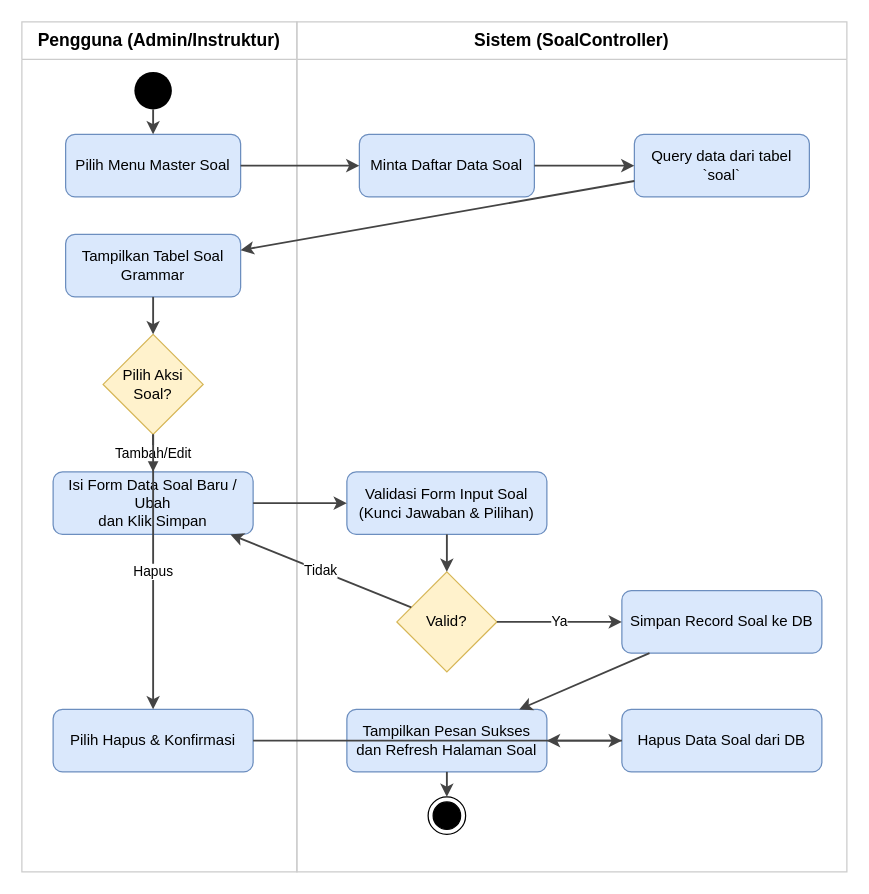
Earlier version of the draw.io diagram page "Soal" (2 of 8) of docs/activity.drawio (fikriks/quiz-shift-web). Source tidied: cells renumbered, new cells numbered last; positions are measured from the earlier drawing's top-left corner, leaving out a move shared by most shapes. Both pictures are drawn from the tidied source at 125%, with x=0, y=0 at pixel (21, 21).
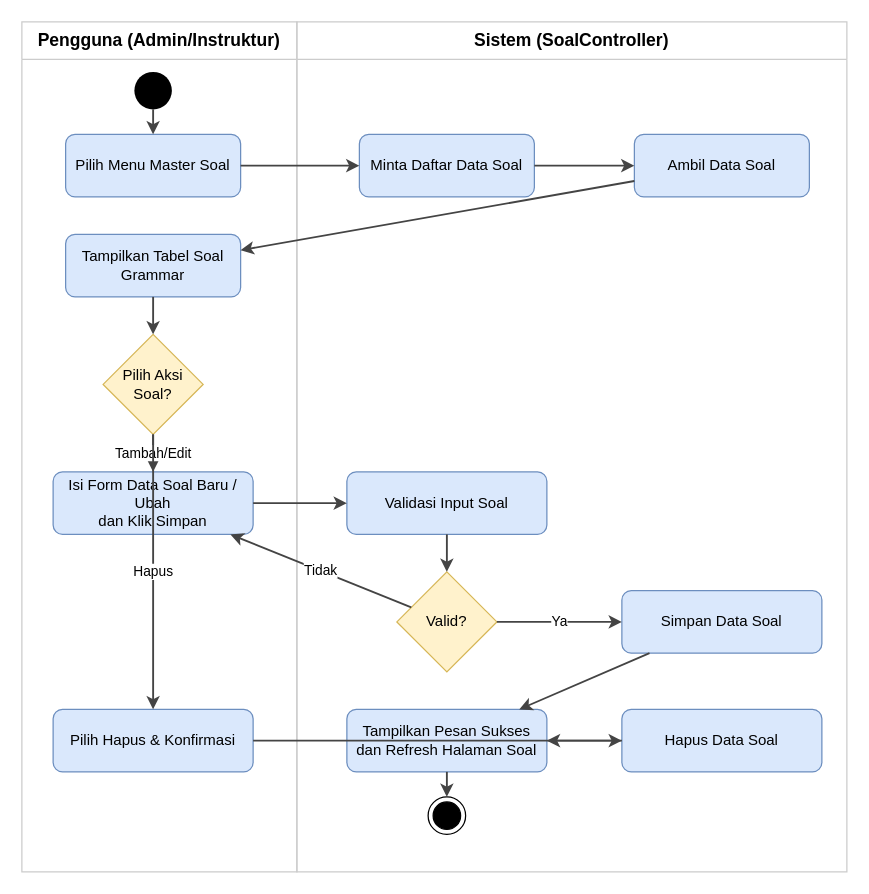
After the change.

What changed in the source:
```diff
@@
-    <mxCell id="7" value="Query data dari tabel `soal`" style="rounded=1;whiteSpace=wrap;html=1;fillColor=#dae8fc;strokeColor=#6c8ebf;" parent="1" vertex="1">
+    <mxCell id="7" value="Ambil Data Soal" style="rounded=1;whiteSpace=wrap;html=1;fillColor=#dae8fc;strokeColor=#6c8ebf;" parent="1" vertex="1">
       <mxGeometry x="490" y="90" width="140" height="50" as="geometry" />
     </mxCell>
@@
-    <mxCell id="11" value="Validasi Form Input Soal&#10;(Kunci Jawaban &amp; Pilihan)" style="rounded=1;whiteSpace=wrap;html=1;fillColor=#dae8fc;strokeColor=#6c8ebf;" parent="1" vertex="1">
+    <mxCell id="11" value="Validasi Input Soal" style="rounded=1;whiteSpace=wrap;html=1;fillColor=#dae8fc;strokeColor=#6c8ebf;" parent="1" vertex="1">
       <mxGeometry x="260" y="360" width="160" height="50" as="geometry" />
     </mxCell>
@@
-    <mxCell id="13" value="Simpan Record Soal ke DB" style="rounded=1;whiteSpace=wrap;html=1;fillColor=#dae8fc;strokeColor=#6c8ebf;" parent="1" vertex="1">
+    <mxCell id="13" value="Simpan Data Soal" style="rounded=1;whiteSpace=wrap;html=1;fillColor=#dae8fc;strokeColor=#6c8ebf;" parent="1" vertex="1">
       <mxGeometry x="480" y="455" width="160" height="50" as="geometry" />
     </mxCell>
@@
-    <mxCell id="15" value="Hapus Data Soal dari DB" style="rounded=1;whiteSpace=wrap;html=1;fillColor=#dae8fc;strokeColor=#6c8ebf;" parent="1" vertex="1">
+    <mxCell id="15" value="Hapus Data Soal" style="rounded=1;whiteSpace=wrap;html=1;fillColor=#dae8fc;strokeColor=#6c8ebf;" parent="1" vertex="1">
       <mxGeometry x="480" y="550" width="160" height="50" as="geometry" />
     </mxCell>
```
